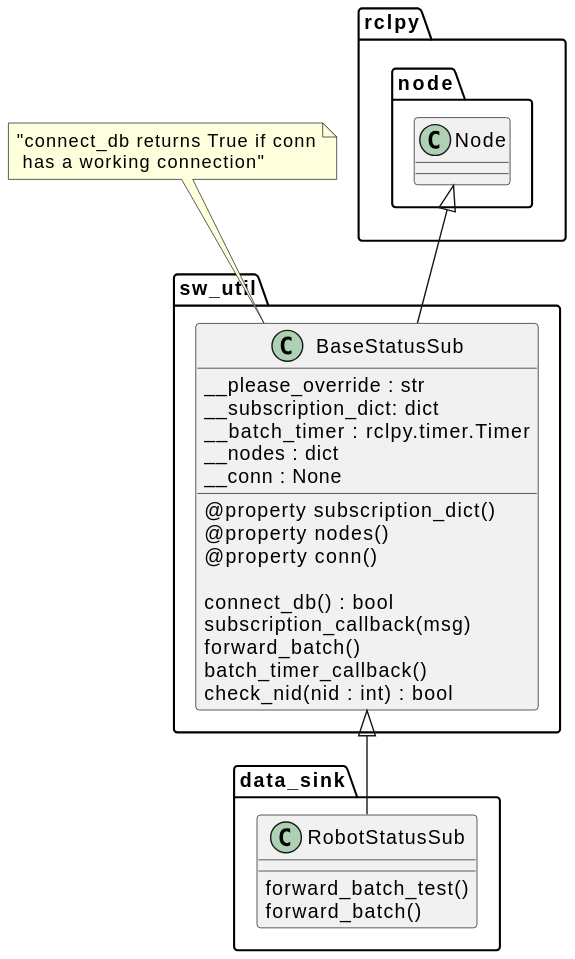
This is Dokumentation/data_sink_class diagram.svg from Nilssteingraeber/SolarSwarmNetworks, a PlantUML export, as it was before one commit.
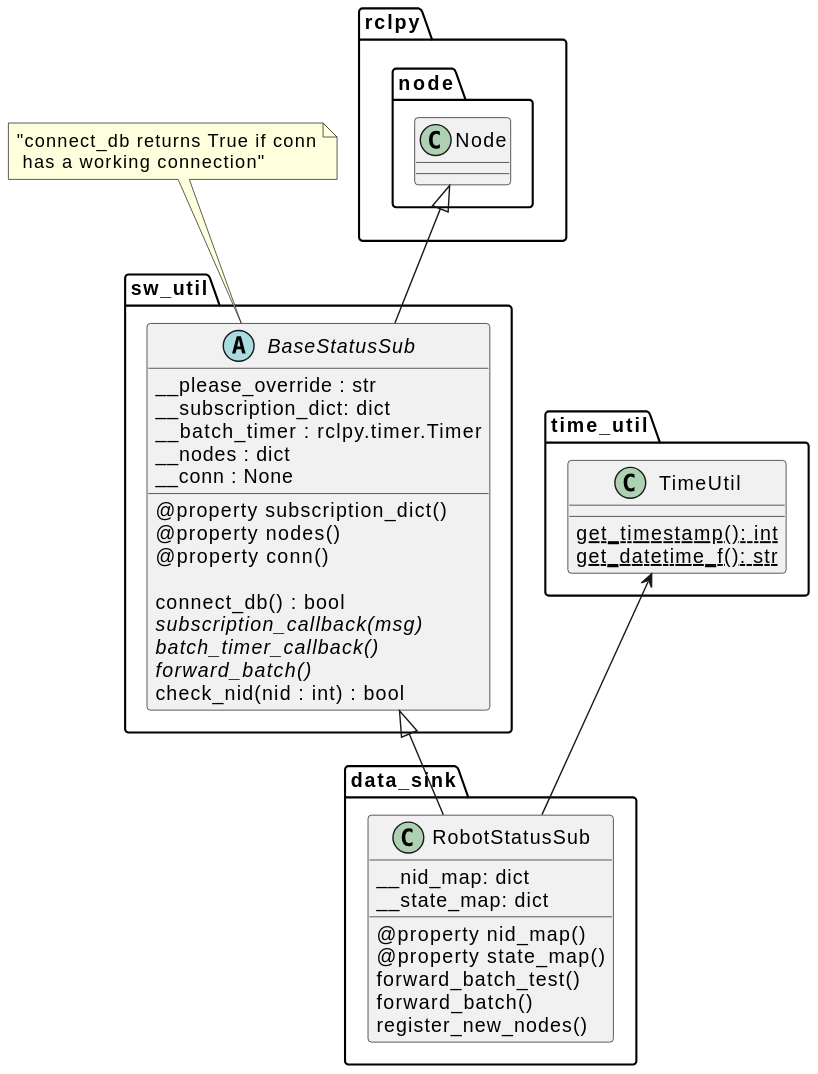
Above is the later version.

Change to the diagram source:
```diff
@@ -3,8 +3,15 @@
   class Node
 }
 
+package "time_util" {
+  class TimeUtil {
+    {static} get_timestamp(): int
+    {static} get_datetime_f(): str
+  }
+}
+
 package "sw_util" {
-  class BaseStatusSub {
+  abstract class BaseStatusSub {
     __please_override : str
     __subscription_dict: dict
     __batch_timer : rclpy.timer.Timer
@@ -16,9 +23,9 @@
     @property conn()
 
     connect_db() : bool
-    subscription_callback(msg)
-    forward_batch()
-    batch_timer_callback()
+    {abstract} subscription_callback(msg)
+    {abstract} batch_timer_callback()
+    {abstract} forward_batch()
     check_nid(nid : int) : bool
   }
 }
@@ -27,11 +34,17 @@
 
 package "data_sink" {
   class RobotStatusSub {
+    __nid_map: dict
+    __state_map: dict
+    @property nid_map()
+    @property state_map()
     forward_batch_test()
     forward_batch()
+    register_new_nodes()
   }
 }
 
 Node <|-- BaseStatusSub
 BaseStatusSub <|-- RobotStatusSub
+TimeUtil <-- RobotStatusSub
 @enduml
```
